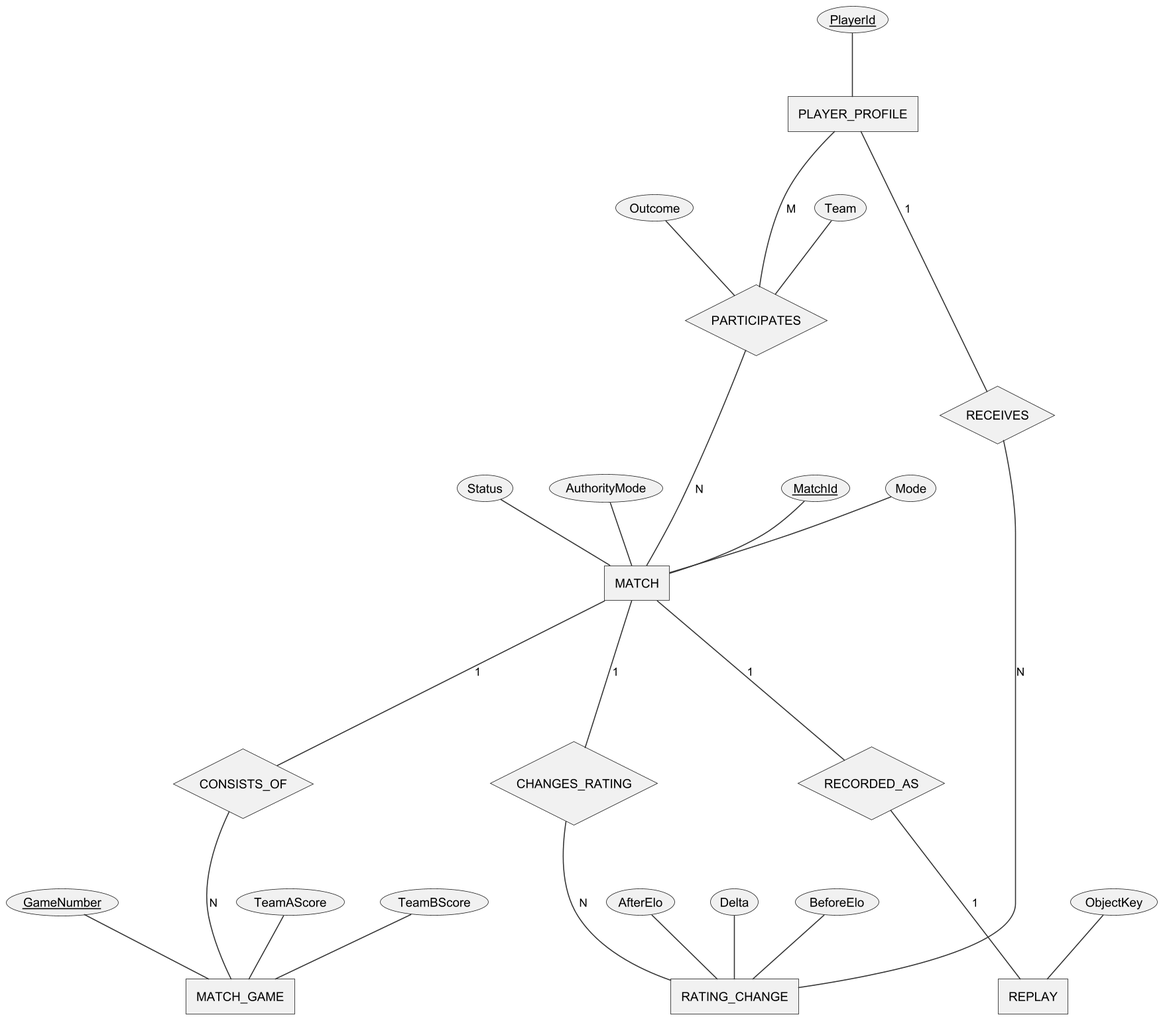
This is Doc/Project_report/Report/diagrams/png/r3_cerd_match.png from Tad-Min/PickleVerse, a PlantUML export, as it was before one commit. Its diagram source:
```plantuml
@startchen r3_cerd_match
!include _style.iuml
entity PLAYER_PROFILE {
  PlayerId <<key>>
}
entity MATCH {
  MatchId <<key>>
  Mode
  Status
  AuthorityMode
}
entity MATCH_GAME {
  GameNumber <<key>>
  TeamAScore
  TeamBScore
}
entity RATING_CHANGE {
  BeforeElo
  AfterElo
  Delta
}
entity REPLAY {
  ObjectKey
}
relationship PARTICIPATES {
  Team
  Outcome
}
relationship CONSISTS_OF {
}
relationship CHANGES_RATING {
}
relationship RECORDED_AS {
}
relationship RECEIVES {
}
PLAYER_PROFILE -M- PARTICIPATES
PARTICIPATES -N- MATCH
MATCH -1- CONSISTS_OF
CONSISTS_OF -N- MATCH_GAME
MATCH -1- CHANGES_RATING
CHANGES_RATING -N- RATING_CHANGE
PLAYER_PROFILE -1- RECEIVES
RECEIVES -N- RATING_CHANGE
MATCH -1- RECORDED_AS
RECORDED_AS -1- REPLAY
@endchen
```
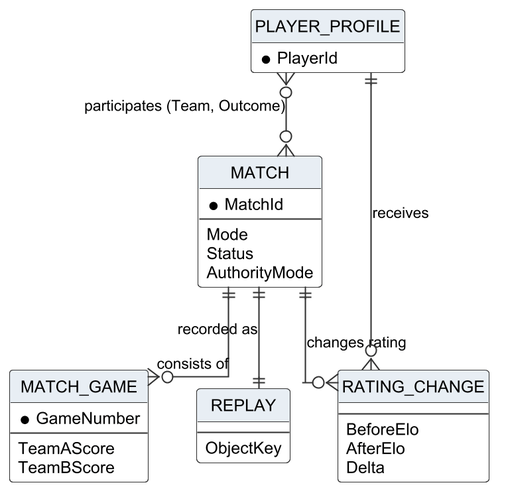
Later version of the same file.

Diff of the diagram source:
```diff
@@ -1,47 +1,37 @@
-@startchen r3_cerd_match
+@startuml r3_cerd_match
 !include _style.iuml
-entity PLAYER_PROFILE {
-  PlayerId <<key>>
+hide circle
+hide empty members
+skinparam linetype ortho
+entity "PLAYER_PROFILE" as PLAYER_PROFILE {
+  * PlayerId
 }
-entity MATCH {
-  MatchId <<key>>
+entity "MATCH" as MATCH {
+  * MatchId
+  --
   Mode
   Status
   AuthorityMode
 }
-entity MATCH_GAME {
-  GameNumber <<key>>
+entity "MATCH_GAME" as MATCH_GAME {
+  * GameNumber
+  --
   TeamAScore
   TeamBScore
 }
-entity RATING_CHANGE {
+entity "RATING_CHANGE" as RATING_CHANGE {
+  --
   BeforeElo
   AfterElo
   Delta
 }
-entity REPLAY {
+entity "REPLAY" as REPLAY {
+  --
   ObjectKey
 }
-relationship PARTICIPATES {
-  Team
-  Outcome
-}
-relationship CONSISTS_OF {
-}
-relationship CHANGES_RATING {
-}
-relationship RECORDED_AS {
-}
-relationship RECEIVES {
-}
-PLAYER_PROFILE -M- PARTICIPATES
-PARTICIPATES -N- MATCH
-MATCH -1- CONSISTS_OF
-CONSISTS_OF -N- MATCH_GAME
-MATCH -1- CHANGES_RATING
-CHANGES_RATING -N- RATING_CHANGE
-PLAYER_PROFILE -1- RECEIVES
-RECEIVES -N- RATING_CHANGE
-MATCH -1- RECORDED_AS
-RECORDED_AS -1- REPLAY
-@endchen
+PLAYER_PROFILE }o--o{ MATCH : "participates (Team, Outcome)"
+MATCH ||--o{ MATCH_GAME : "consists of"
+MATCH ||--o{ RATING_CHANGE : "changes rating"
+PLAYER_PROFILE ||--o{ RATING_CHANGE : "receives"
+MATCH ||--|| REPLAY : "recorded as"
+@enduml
```
